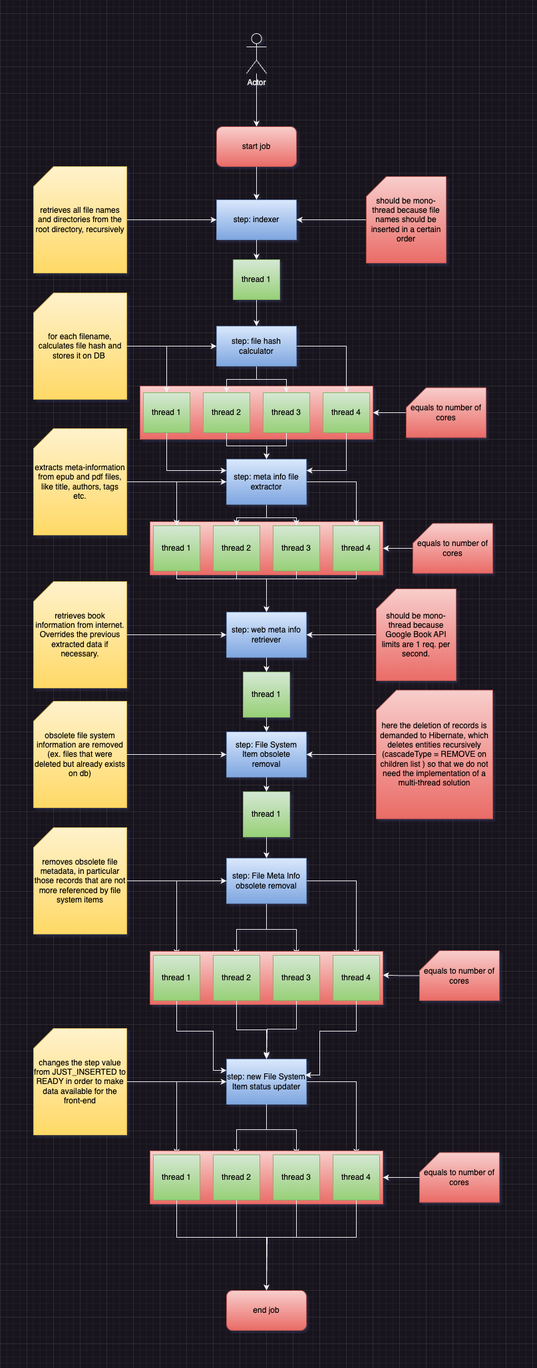
Above: images/job_steps.png in goto-eof/europea-library-server (draw.io), before the change. Source tidied: cells renumbered, new cells last; positions are measured from the earlier drawing's top-left corner, leaving out a move shared by most shapes.
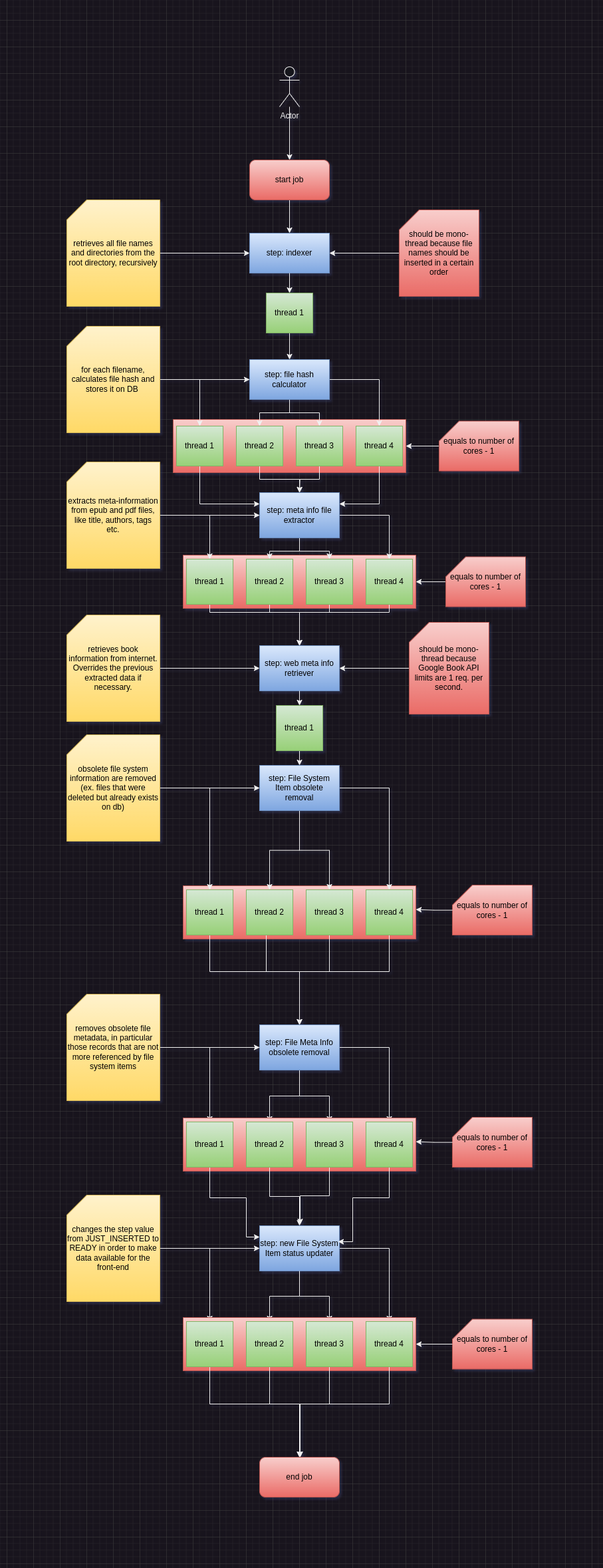
After the commit.

What changed in the source:
```diff
@@ -2,6 +2,9 @@
   <root>
     <mxCell id="0" />
     <mxCell id="1" parent="0" />
+    <mxCell id="103" style="rounded=0;whiteSpace=wrap;html=1;fillColor=#f8cecc;strokeColor=#b85450;gradientColor=#ea6b66;" parent="1" vertex="1">
+      <mxGeometry x="175" y="1231" width="350" height="80" as="geometry" />
+    </mxCell>
     <mxCell id="2" style="rounded=0;whiteSpace=wrap;html=1;fillColor=#f8cecc;strokeColor=#b85450;gradientColor=#ea6b66;" parent="1" vertex="1">
       <mxGeometry x="175" y="734" width="350" height="80" as="geometry" />
     </mxCell>
@@ -103,18 +106,21 @@
     <mxCell id="28" value="thread 1" style="rounded=0;whiteSpace=wrap;html=1;fillColor=#d5e8d4;gradientColor=#97d077;strokeColor=#82b366;fontColor=#000000;" parent="1" vertex="1">
       <mxGeometry x="315" y="960" width="70" height="68" as="geometry" />
     </mxCell>
+    <mxCell id="30" style="edgeStyle=orthogonalEdgeStyle;rounded=0;jettySize=auto;html=1;entryX=0.5;entryY=0;entryDx=0;entryDy=0;" parent="1" edge="1" source="29" target="32">
+      <mxGeometry relative="1" as="geometry" />
+    </mxCell>
+    <mxCell id="104" style="edgeStyle=orthogonalEdgeStyle;rounded=0;jettySize=auto;html=1;" parent="1" edge="1" source="29" target="108">
+      <mxGeometry relative="1" as="geometry" />
+    </mxCell>
+    <mxCell id="105" style="edgeStyle=orthogonalEdgeStyle;rounded=0;jettySize=auto;html=1;entryX=0.5;entryY=0;entryDx=0;entryDy=0;" parent="1" edge="1" source="29" target="110">
+      <mxGeometry relative="1" as="geometry" />
+    </mxCell>
+    <mxCell id="106" style="edgeStyle=orthogonalEdgeStyle;rounded=0;jettySize=auto;html=1;" parent="1" edge="1" source="29" target="112">
+      <mxGeometry relative="1" as="geometry" />
+    </mxCell>
     <mxCell id="29" value="step: File System Item obsolete removal" style="rounded=0;whiteSpace=wrap;html=1;fillColor=#dae8fc;gradientColor=#7ea6e0;strokeColor=#6c8ebf;fontColor=#000000;" parent="1" vertex="1">
       <mxGeometry x="290" y="1050" width="120" height="68" as="geometry" />
     </mxCell>
-    <mxCell id="30" style="edgeStyle=orthogonalEdgeStyle;rounded=0;jettySize=auto;html=1;entryX=0.5;entryY=0;entryDx=0;entryDy=0;" parent="1" edge="1" source="29" target="32">
-      <mxGeometry relative="1" as="geometry" />
-    </mxCell>
-    <mxCell id="31" style="edgeStyle=orthogonalEdgeStyle;rounded=0;jettySize=auto;html=1;entryX=0.5;entryY=0;entryDx=0;entryDy=0;" parent="1" edge="1" source="32" target="36">
-      <mxGeometry relative="1" as="geometry" />
-    </mxCell>
-    <mxCell id="32" value="thread 1" style="rounded=0;whiteSpace=wrap;html=1;fillColor=#d5e8d4;gradientColor=#97d077;strokeColor=#82b366;fontColor=#000000;" parent="1" vertex="1">
-      <mxGeometry x="315" y="1140" width="70" height="68" as="geometry" />
-    </mxCell>
     <mxCell id="33" style="edgeStyle=orthogonalEdgeStyle;rounded=0;jettySize=auto;html=1;entryX=0.5;entryY=0;entryDx=0;entryDy=0;" parent="1" edge="1" source="36" target="72">
       <mxGeometry relative="1" as="geometry" />
     </mxCell>
@@ -125,7 +131,7 @@
       <mxGeometry relative="1" as="geometry" />
     </mxCell>
     <mxCell id="36" value="step: File Meta Info obsolete removal" style="rounded=0;whiteSpace=wrap;html=1;fillColor=#dae8fc;gradientColor=#7ea6e0;strokeColor=#6c8ebf;fontColor=#000000;" parent="1" vertex="1">
-      <mxGeometry x="290" y="1240" width="120" height="68" as="geometry" />
+      <mxGeometry x="290" y="1440" width="120" height="68" as="geometry" />
     </mxCell>
     <mxCell id="37" style="edgeStyle=orthogonalEdgeStyle;rounded=0;jettySize=auto;html=1;entryX=0.5;entryY=0;entryDx=0;entryDy=0;" parent="1" edge="1" source="36" target="66">
       <mxGeometry relative="1" as="geometry" />
@@ -140,7 +146,7 @@
       <mxGeometry relative="1" as="geometry" />
     </mxCell>
     <mxCell id="41" value="step: new File System Item status updater" style="rounded=0;whiteSpace=wrap;html=1;fillColor=#dae8fc;gradientColor=#7ea6e0;strokeColor=#6c8ebf;fontColor=#000000;" parent="1" vertex="1">
-      <mxGeometry x="290" y="1542" width="120" height="68" as="geometry" />
+      <mxGeometry x="290" y="1742" width="120" height="68" as="geometry" />
     </mxCell>
     <mxCell id="42" style="edgeStyle=orthogonalEdgeStyle;rounded=0;jettySize=auto;html=1;" parent="1" edge="1" source="41" target="77">
       <mxGeometry relative="1" as="geometry" />
@@ -209,117 +215,117 @@
     <mxCell id="60" style="edgeStyle=orthogonalEdgeStyle;rounded=0;jettySize=auto;html=1;entryX=1;entryY=0.5;entryDx=0;entryDy=0;" parent="1" edge="1" source="61" target="3">
       <mxGeometry relative="1" as="geometry" />
     </mxCell>
-    <mxCell id="61" value="equals to number of cores" style="shape=card;whiteSpace=wrap;html=1;fillColor=#f8cecc;gradientColor=#ea6b66;strokeColor=#b85450;fontColor=#000000;" parent="1" vertex="1">
+    <mxCell id="61" value="equals to number of cores&amp;nbsp;- 1" style="shape=card;whiteSpace=wrap;html=1;fillColor=#f8cecc;gradientColor=#ea6b66;strokeColor=#b85450;fontColor=#000000;" parent="1" vertex="1">
       <mxGeometry x="560" y="532.5" width="120" height="75" as="geometry" />
     </mxCell>
     <mxCell id="62" style="edgeStyle=orthogonalEdgeStyle;rounded=0;jettySize=auto;html=1;entryX=1;entryY=0.5;entryDx=0;entryDy=0;" parent="1" edge="1" source="63" target="2">
       <mxGeometry relative="1" as="geometry" />
     </mxCell>
-    <mxCell id="63" value="equals to number of cores" style="shape=card;whiteSpace=wrap;html=1;fillColor=#f8cecc;gradientColor=#ea6b66;strokeColor=#b85450;fontColor=#000000;" parent="1" vertex="1">
+    <mxCell id="63" value="equals to number of cores&amp;nbsp;- 1" style="shape=card;whiteSpace=wrap;html=1;fillColor=#f8cecc;gradientColor=#ea6b66;strokeColor=#b85450;fontColor=#000000;" parent="1" vertex="1">
       <mxGeometry x="570" y="736.5" width="120" height="75" as="geometry" />
     </mxCell>
     <mxCell id="64" style="rounded=0;whiteSpace=wrap;html=1;fillColor=#f8cecc;strokeColor=#b85450;gradientColor=#ea6b66;" parent="1" vertex="1">
-      <mxGeometry x="175" y="1380" width="350" height="80" as="geometry" />
+      <mxGeometry x="175" y="1580" width="350" height="80" as="geometry" />
     </mxCell>
     <mxCell id="65" style="edgeStyle=orthogonalEdgeStyle;rounded=0;jettySize=auto;html=1;entryX=0;entryY=0.25;entryDx=0;entryDy=0;" parent="1" edge="1" source="66" target="41">
       <mxGeometry relative="1" as="geometry">
         <Array as="points">
-          <mxPoint x="215" y="1500" />
-          <mxPoint x="270" y="1500" />
-          <mxPoint x="270" y="1559" />
+          <mxPoint x="215" y="1700" />
+          <mxPoint x="270" y="1700" />
+          <mxPoint x="270" y="1759" />
         </Array>
       </mxGeometry>
     </mxCell>
     <mxCell id="66" value="thread 1" style="rounded=0;whiteSpace=wrap;html=1;fillColor=#d5e8d4;gradientColor=#97d077;strokeColor=#82b366;fontColor=#000000;" parent="1" vertex="1">
-      <mxGeometry x="180" y="1386" width="70" height="68" as="geometry" />
+      <mxGeometry x="180" y="1586" width="70" height="68" as="geometry" />
     </mxCell>
     <mxCell id="67" style="edgeStyle=orthogonalEdgeStyle;rounded=0;jettySize=auto;html=1;entryX=0.5;entryY=0;entryDx=0;entryDy=0;" parent="1" edge="1" source="68" target="41">
       <mxGeometry relative="1" as="geometry" />
     </mxCell>
     <mxCell id="68" value="thread 2" style="rounded=0;whiteSpace=wrap;html=1;fillColor=#d5e8d4;gradientColor=#97d077;strokeColor=#82b366;fontColor=#000000;" parent="1" vertex="1">
-      <mxGeometry x="270" y="1386" width="70" height="68" as="geometry" />
+      <mxGeometry x="270" y="1586" width="70" height="68" as="geometry" />
     </mxCell>
     <mxCell id="69" style="edgeStyle=orthogonalEdgeStyle;rounded=0;jettySize=auto;html=1;" parent="1" edge="1" source="70">
       <mxGeometry relative="1" as="geometry">
-        <mxPoint x="350" y="1540" as="targetPoint" />
+        <mxPoint x="350" y="1740" as="targetPoint" />
         <Array as="points">
-          <mxPoint x="395" y="1497" />
-          <mxPoint x="351" y="1497" />
+          <mxPoint x="395" y="1697" />
+          <mxPoint x="351" y="1697" />
         </Array>
       </mxGeometry>
     </mxCell>
     <mxCell id="70" value="thread 3" style="rounded=0;whiteSpace=wrap;html=1;fillColor=#d5e8d4;gradientColor=#97d077;strokeColor=#82b366;fontColor=#000000;" parent="1" vertex="1">
-      <mxGeometry x="360" y="1386" width="70" height="68" as="geometry" />
+      <mxGeometry x="360" y="1586" width="70" height="68" as="geometry" />
     </mxCell>
     <mxCell id="71" style="edgeStyle=orthogonalEdgeStyle;rounded=0;jettySize=auto;html=1;entryX=0.983;entryY=0.353;entryDx=0;entryDy=0;entryPerimeter=0;" parent="1" edge="1" source="72" target="41">
       <mxGeometry relative="1" as="geometry">
         <Array as="points">
-          <mxPoint x="485" y="1500" />
-          <mxPoint x="430" y="1500" />
-          <mxPoint x="430" y="1566" />
+          <mxPoint x="485" y="1700" />
+          <mxPoint x="430" y="1700" />
+          <mxPoint x="430" y="1766" />
         </Array>
       </mxGeometry>
     </mxCell>
     <mxCell id="72" value="thread 4" style="rounded=0;whiteSpace=wrap;html=1;fillColor=#d5e8d4;gradientColor=#97d077;strokeColor=#82b366;fontColor=#000000;" parent="1" vertex="1">
-      <mxGeometry x="450" y="1386" width="70" height="68" as="geometry" />
+      <mxGeometry x="450" y="1586" width="70" height="68" as="geometry" />
     </mxCell>
     <mxCell id="73" style="rounded=0;whiteSpace=wrap;html=1;fillColor=#f8cecc;strokeColor=#b85450;gradientColor=#ea6b66;" parent="1" vertex="1">
-      <mxGeometry x="175" y="1680" width="350" height="80" as="geometry" />
+      <mxGeometry x="175" y="1880" width="350" height="80" as="geometry" />
     </mxCell>
     <mxCell id="74" style="edgeStyle=orthogonalEdgeStyle;rounded=0;jettySize=auto;html=1;entryX=0.5;entryY=0;entryDx=0;entryDy=0;" parent="1" edge="1" source="75" target="82">
       <mxGeometry relative="1" as="geometry">
         <Array as="points">
-          <mxPoint x="215" y="1810" />
-          <mxPoint x="350" y="1810" />
+          <mxPoint x="215" y="2010" />
+          <mxPoint x="350" y="2010" />
         </Array>
       </mxGeometry>
     </mxCell>
     <mxCell id="75" value="thread 1" style="rounded=0;whiteSpace=wrap;html=1;fillColor=#d5e8d4;gradientColor=#97d077;strokeColor=#82b366;fontColor=#000000;" parent="1" vertex="1">
-      <mxGeometry x="180" y="1686" width="70" height="68" as="geometry" />
+      <mxGeometry x="180" y="1886" width="70" height="68" as="geometry" />
     </mxCell>
     <mxCell id="76" style="edgeStyle=orthogonalEdgeStyle;rounded=0;jettySize=auto;html=1;" parent="1" edge="1" source="77">
       <mxGeometry relative="1" as="geometry">
-        <mxPoint x="350" y="1890" as="targetPoint" />
+        <mxPoint x="350" y="2090" as="targetPoint" />
         <Array as="points">
-          <mxPoint x="305" y="1810" />
-          <mxPoint x="351" y="1810" />
+          <mxPoint x="305" y="2010" />
+          <mxPoint x="351" y="2010" />
         </Array>
       </mxGeometry>
     </mxCell>
     <mxCell id="77" value="thread 2" style="rounded=0;whiteSpace=wrap;html=1;fillColor=#d5e8d4;gradientColor=#97d077;strokeColor=#82b366;fontColor=#000000;" parent="1" vertex="1">
-      <mxGeometry x="270" y="1686" width="70" height="68" as="geometry" />
+      <mxGeometry x="270" y="1886" width="70" height="68" as="geometry" />
     </mxCell>
     <mxCell id="78" style="edgeStyle=orthogonalEdgeStyle;rounded=0;jettySize=auto;html=1;entryX=0.5;entryY=0;entryDx=0;entryDy=0;" parent="1" edge="1" source="79" target="82">
       <mxGeometry relative="1" as="geometry">
         <Array as="points">
-          <mxPoint x="395" y="1810" />
-          <mxPoint x="350" y="1810" />
+          <mxPoint x="395" y="2010" />
+          <mxPoint x="350" y="2010" />
         </Array>
       </mxGeometry>
     </mxCell>
     <mxCell id="79" value="thread 3" style="rounded=0;whiteSpace=wrap;html=1;fillColor=#d5e8d4;gradientColor=#97d077;strokeColor=#82b366;fontColor=#000000;" parent="1" vertex="1">
-      <mxGeometry x="360" y="1686" width="70" height="68" as="geometry" />
+      <mxGeometry x="360" y="1886" width="70" height="68" as="geometry" />
     </mxCell>
     <mxCell id="80" style="edgeStyle=orthogonalEdgeStyle;rounded=0;jettySize=auto;html=1;" parent="1" edge="1" source="81">
       <mxGeometry relative="1" as="geometry">
-        <mxPoint x="350" y="1890" as="targetPoint" />
+        <mxPoint x="350" y="2090" as="targetPoint" />
         <Array as="points">
-          <mxPoint x="485" y="1810" />
-          <mxPoint x="351" y="1810" />
+          <mxPoint x="485" y="2010" />
+          <mxPoint x="351" y="2010" />
         </Array>
       </mxGeometry>
     </mxCell>
     <mxCell id="81" value="thread 4" style="rounded=0;whiteSpace=wrap;html=1;fillColor=#d5e8d4;gradientColor=#97d077;strokeColor=#82b366;fontColor=#000000;" parent="1" vertex="1">
-      <mxGeometry x="450" y="1686" width="70" height="68" as="geometry" />
+      <mxGeometry x="450" y="1886" width="70" height="68" as="geometry" />
     </mxCell>
     <mxCell id="82" value="end job" style="rounded=1;whiteSpace=wrap;html=1;fillColor=#f8cecc;gradientColor=#ea6b66;strokeColor=#b85450;fontColor=#000000;" parent="1" vertex="1">
-      <mxGeometry x="290" y="1890" width="120" height="60" as="geometry" />
+      <mxGeometry x="290" y="2090" width="120" height="60" as="geometry" />
     </mxCell>
-    <mxCell id="83" value="equals to number of cores" style="shape=card;whiteSpace=wrap;html=1;fillColor=#f8cecc;gradientColor=#ea6b66;strokeColor=#b85450;fontColor=#000000;" parent="1" vertex="1">
-      <mxGeometry x="580" y="1379" width="120" height="75" as="geometry" />
+    <mxCell id="83" value="equals to number of cores&amp;nbsp;- 1" style="shape=card;whiteSpace=wrap;html=1;fillColor=#f8cecc;gradientColor=#ea6b66;strokeColor=#b85450;fontColor=#000000;" parent="1" vertex="1">
+      <mxGeometry x="580" y="1579" width="120" height="75" as="geometry" />
     </mxCell>
-    <mxCell id="84" value="equals to number of cores" style="shape=card;whiteSpace=wrap;html=1;fillColor=#f8cecc;gradientColor=#ea6b66;strokeColor=#b85450;fontColor=#000000;" parent="1" vertex="1">
-      <mxGeometry x="580" y="1682.5" width="120" height="75" as="geometry" />
+    <mxCell id="84" value="equals to number of cores&amp;nbsp;- 1" style="shape=card;whiteSpace=wrap;html=1;fillColor=#f8cecc;gradientColor=#ea6b66;strokeColor=#b85450;fontColor=#000000;" parent="1" vertex="1">
+      <mxGeometry x="580" y="1882.5" width="120" height="75" as="geometry" />
     </mxCell>
     <mxCell id="85" style="edgeStyle=orthogonalEdgeStyle;rounded=0;jettySize=auto;html=1;entryX=1;entryY=0.446;entryDx=0;entryDy=0;entryPerimeter=0;" parent="1" edge="1" source="83" target="64">
       <mxGeometry relative="1" as="geometry" />
@@ -327,12 +333,6 @@
     <mxCell id="86" style="edgeStyle=orthogonalEdgeStyle;rounded=0;jettySize=auto;html=1;entryX=1;entryY=0.5;entryDx=0;entryDy=0;" parent="1" edge="1" source="84" target="73">
       <mxGeometry relative="1" as="geometry" />
     </mxCell>
-    <mxCell id="87" style="edgeStyle=orthogonalEdgeStyle;rounded=0;jettySize=auto;html=1;entryX=1;entryY=0.5;entryDx=0;entryDy=0;" parent="1" edge="1" source="88" target="29">
-      <mxGeometry relative="1" as="geometry" />
-    </mxCell>
-    <mxCell id="88" value="here the deletion of records is demanded to Hibernate, which deletes entities recursively (cascadeType = REMOVE on children list ) so that we do not need the implementation of a multi-thread solution" style="shape=card;whiteSpace=wrap;html=1;fillColor=#f8cecc;gradientColor=#ea6b66;strokeColor=#b85450;fontColor=#000000;" parent="1" vertex="1">
-      <mxGeometry x="515" y="987.2" width="175" height="193.5" as="geometry" />
-    </mxCell>
     <mxCell id="89" style="edgeStyle=orthogonalEdgeStyle;rounded=0;jettySize=auto;html=1;entryX=0;entryY=0.5;entryDx=0;entryDy=0;" parent="1" edge="1" source="90" target="8">
       <mxGeometry relative="1" as="geometry" />
     </mxCell>
@@ -367,13 +367,66 @@
       <mxGeometry relative="1" as="geometry" />
     </mxCell>
     <mxCell id="100" value="removes obsolete file metadata, in particular those records that are not more referenced by file system items" style="shape=card;whiteSpace=wrap;html=1;fillColor=#fff2cc;strokeColor=#d6b656;gradientColor=#ffd966;fontColor=#000000;" parent="1" vertex="1">
-      <mxGeometry y="1194" width="140" height="160" as="geometry" />
+      <mxGeometry y="1394" width="140" height="160" as="geometry" />
     </mxCell>
     <mxCell id="101" style="edgeStyle=orthogonalEdgeStyle;rounded=0;jettySize=auto;html=1;entryX=0;entryY=0.5;entryDx=0;entryDy=0;" parent="1" edge="1" source="102" target="41">
       <mxGeometry relative="1" as="geometry" />
     </mxCell>
     <mxCell id="102" value="changes the step value from JUST_INSERTED to READY in order to make data available for the front-end" style="shape=card;whiteSpace=wrap;html=1;fillColor=#fff2cc;strokeColor=#d6b656;gradientColor=#ffd966;fontColor=#000000;" parent="1" vertex="1">
-      <mxGeometry y="1496" width="140" height="160" as="geometry" />
+      <mxGeometry y="1696" width="140" height="160" as="geometry" />
     </mxCell>
+    <mxCell id="31" style="edgeStyle=orthogonalEdgeStyle;rounded=0;jettySize=auto;html=1;" parent="1" edge="1" source="32" target="36">
+      <mxGeometry relative="1" as="geometry">
+        <Array as="points">
+          <mxPoint x="215" y="1360" />
+          <mxPoint x="350" y="1360" />
+        </Array>
+      </mxGeometry>
+    </mxCell>
+    <mxCell id="32" value="thread 1" style="rounded=0;whiteSpace=wrap;html=1;fillColor=#d5e8d4;gradientColor=#97d077;strokeColor=#82b366;fontColor=#000000;" parent="1" vertex="1">
+      <mxGeometry x="180" y="1237" width="70" height="68" as="geometry" />
+    </mxCell>
+    <mxCell id="107" style="edgeStyle=orthogonalEdgeStyle;rounded=0;jettySize=auto;html=1;" parent="1" edge="1" source="108">
+      <mxGeometry relative="1" as="geometry">
+        <mxPoint x="350" y="1440" as="targetPoint" />
+        <Array as="points">
+          <mxPoint x="300" y="1360" />
+          <mxPoint x="350" y="1360" />
+        </Array>
+      </mxGeometry>
+    </mxCell>
+    <mxCell id="108" value="thread 2" style="rounded=0;whiteSpace=wrap;html=1;fillColor=#d5e8d4;gradientColor=#97d077;strokeColor=#82b366;fontColor=#000000;" parent="1" vertex="1">
+      <mxGeometry x="270" y="1237" width="70" height="68" as="geometry" />
+    </mxCell>
+    <mxCell id="109" style="edgeStyle=orthogonalEdgeStyle;rounded=0;jettySize=auto;html=1;" parent="1" edge="1" source="110">
+      <mxGeometry relative="1" as="geometry">
+        <mxPoint x="350" y="1440" as="targetPoint" />
+        <Array as="points">
+          <mxPoint x="395" y="1360" />
+          <mxPoint x="350" y="1360" />
+        </Array>
+      </mxGeometry>
+    </mxCell>
+    <mxCell id="110" value="thread 3" style="rounded=0;whiteSpace=wrap;html=1;fillColor=#d5e8d4;gradientColor=#97d077;strokeColor=#82b366;fontColor=#000000;" parent="1" vertex="1">
+      <mxGeometry x="360" y="1237" width="70" height="68" as="geometry" />
+    </mxCell>
+    <mxCell id="111" style="edgeStyle=orthogonalEdgeStyle;rounded=0;jettySize=auto;html=1;" parent="1" edge="1" source="112">
+      <mxGeometry relative="1" as="geometry">
+        <mxPoint x="350" y="1440" as="targetPoint" />
+        <Array as="points">
+          <mxPoint x="485" y="1360" />
+          <mxPoint x="350" y="1360" />
+        </Array>
+      </mxGeometry>
+    </mxCell>
+    <mxCell id="112" value="thread 4" style="rounded=0;whiteSpace=wrap;html=1;fillColor=#d5e8d4;gradientColor=#97d077;strokeColor=#82b366;fontColor=#000000;" parent="1" vertex="1">
+      <mxGeometry x="450" y="1237" width="70" height="68" as="geometry" />
+    </mxCell>
+    <mxCell id="113" value="equals to number of cores - 1" style="shape=card;whiteSpace=wrap;html=1;fillColor=#f8cecc;gradientColor=#ea6b66;strokeColor=#b85450;fontColor=#000000;" parent="1" vertex="1">
+      <mxGeometry x="580" y="1230" width="120" height="75" as="geometry" />
+    </mxCell>
+    <mxCell id="114" style="edgeStyle=orthogonalEdgeStyle;rounded=0;jettySize=auto;html=1;entryX=1;entryY=0.446;entryDx=0;entryDy=0;entryPerimeter=0;" parent="1" edge="1" source="113" target="103">
+      <mxGeometry relative="1" as="geometry" />
+    </mxCell>
   </root>
 </mxGraphModel>
```
